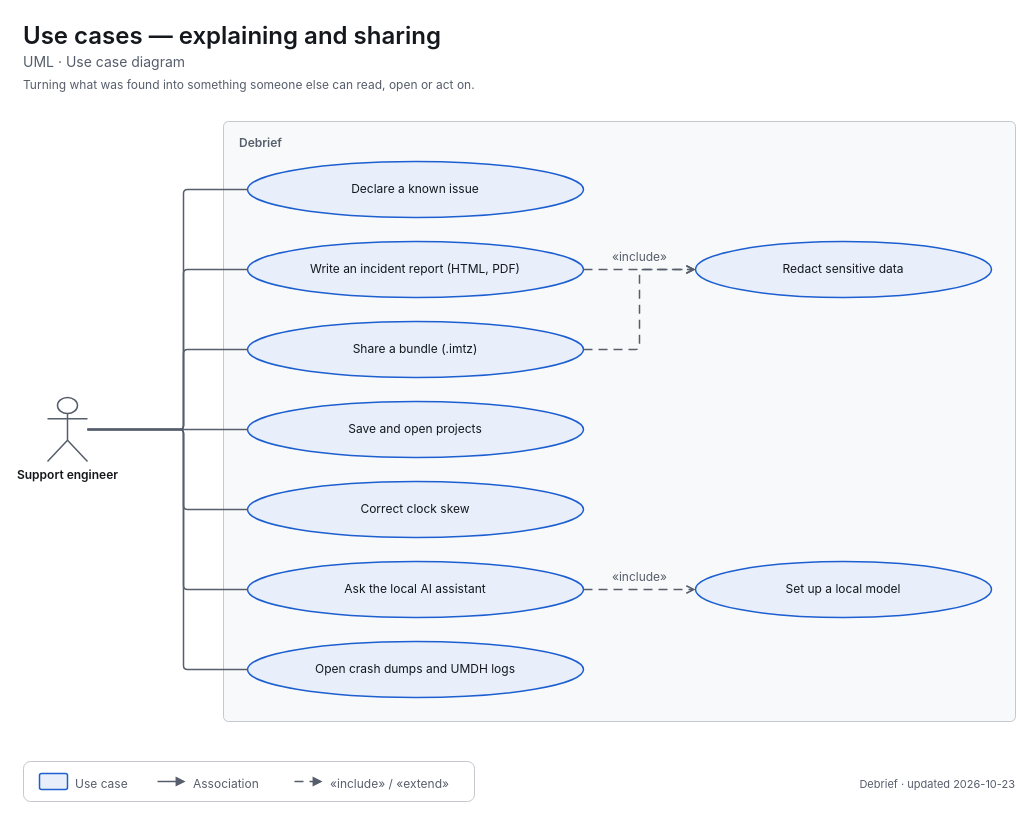
Above: docs/diagrams/uml-use-cases-report.drawio in decryp7/integrated_maintenance_tool (draw.io), before the change. Source tidied: cells renumbered, new cells numbered last; positions are measured from the earlier drawing's top-left corner, leaving out a move shared by most shapes. Both pictures are drawn from the tidied source at 100%, with x=0, y=0 at pixel (23, 17).
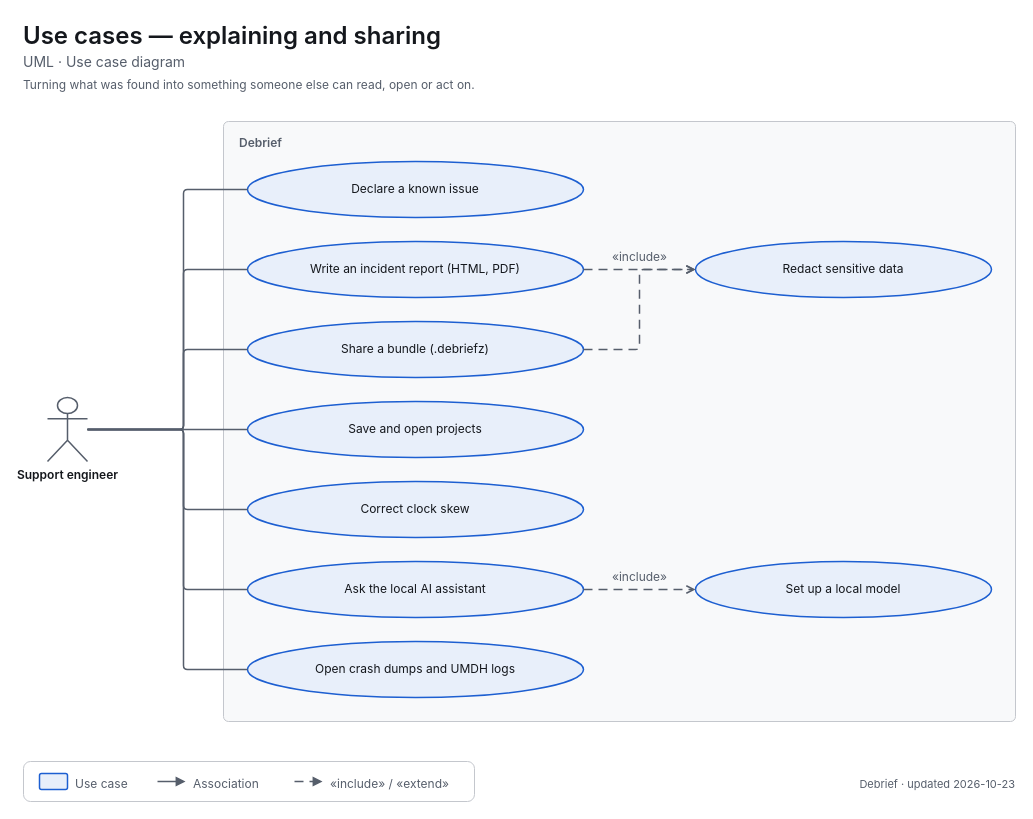
The same diagram, later.

The edit, as a diff of the source:
```diff
@@
-    <mxCell id="8" value="&lt;span style=&quot;font-size:12px&quot;&gt;Share a bundle (.imtz)&lt;/span&gt;" style="html=1;whiteSpace=wrap;fontFamily=-apple-system,BlinkMacSystemFont,Segoe UI,system-ui,sans-serif;fontSize=12;fontColor=light-dark(#14171C,#ECEEF1);ellipse;strokeWidth=1.5;strokeColor=light-dark(#1D5FD1,#5B9BFF);fillColor=light-dark(#E8EFFA,#202C3F);align=center;verticalAlign=middle;spacingLeft=24;spacingRight=24;" parent="1" vertex="1">
+    <mxCell id="8" value="&lt;span style=&quot;font-size:12px&quot;&gt;Share a bundle (.debriefz)&lt;/span&gt;" style="html=1;whiteSpace=wrap;fontFamily=-apple-system,BlinkMacSystemFont,Segoe UI,system-ui,sans-serif;fontSize=12;fontColor=light-dark(#14171C,#ECEEF1);ellipse;strokeWidth=1.5;strokeColor=light-dark(#1D5FD1,#5B9BFF);fillColor=light-dark(#E8EFFA,#202C3F);align=center;verticalAlign=middle;spacingLeft=24;spacingRight=24;" parent="1" vertex="1">
       <mxGeometry x="224" y="304" width="336" height="56" as="geometry" />
     </mxCell>
```
